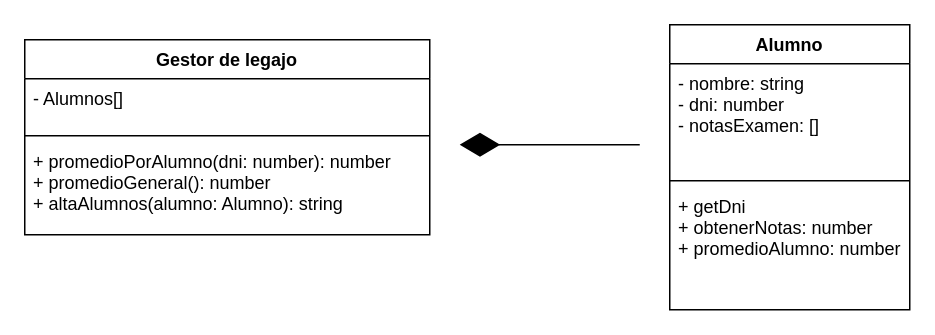
Earlier version of the draw.io diagram gestor-de-legajos/colegio.drawio (AyelenPorqueres/ejercicios-para-entregar-2docuatri). Source tidied: cells renumbered, new cells numbered last; positions are measured from the earlier drawing's top-left corner, leaving out a move shared by most shapes. Both pictures are drawn from the tidied source at 150%, with x=0, y=0 at pixel (24, 24).
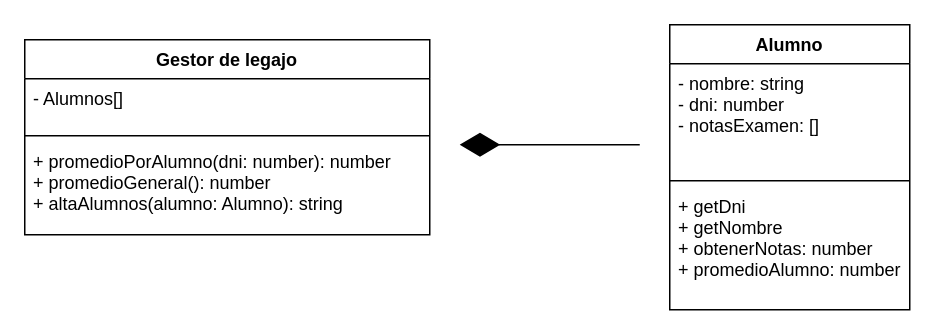
Above is the later version.

Change to the diagram source:
```diff
@@
 <mxGraphModel>
   <root>
     <mxCell id="0" />
     <mxCell id="1" parent="0" />
     <mxCell id="2" value="Gestor de legajo" style="swimlane;fontStyle=1;align=center;verticalAlign=top;horizontal=1;startSize=26;" parent="1" vertex="1">
       <mxGeometry y="10" width="270" height="130" as="geometry" />
     </mxCell>
     <mxCell id="3" value="- Alumnos[]&#10;" style="text;strokeColor=none;fillColor=none;align=left;verticalAlign=top;spacingLeft=4;spacingRight=4;overflow=hidden;" parent="2" vertex="1">
       <mxGeometry y="26" width="270" height="34" as="geometry" />
     </mxCell>
     <mxCell id="4" style="line;strokeWidth=1;fillColor=none;align=left;verticalAlign=middle;spacingTop=-1;spacingLeft=3;spacingRight=3;labelPosition=right;strokeColor=inherit;" parent="2" vertex="1">
       <mxGeometry y="60" width="270" height="8" as="geometry" />
     </mxCell>
     <mxCell id="5" value="+ promedioPorAlumno(dni: number): number&#10;+ promedioGeneral(): number&#10;+ altaAlumnos(alumno: Alumno): string&#10;&#10;" style="text;strokeColor=none;fillColor=none;align=left;verticalAlign=top;spacingLeft=4;spacingRight=4;overflow=hidden;" parent="2" vertex="1">
       <mxGeometry y="68" width="270" height="62" as="geometry" />
     </mxCell>
     <mxCell id="6" value="Alumno" style="swimlane;fontStyle=1;align=center;verticalAlign=top;horizontal=1;startSize=26;" parent="1" vertex="1">
       <mxGeometry x="430" width="160" height="190" as="geometry" />
     </mxCell>
     <mxCell id="7" value="- nombre: string&#10;- dni: number &#10;- notasExamen: [] " style="text;strokeColor=none;fillColor=none;align=left;verticalAlign=top;spacingLeft=4;spacingRight=4;overflow=hidden;" parent="6" vertex="1">
       <mxGeometry y="26" width="160" height="74" as="geometry" />
     </mxCell>
     <mxCell id="8" style="line;strokeWidth=1;fillColor=none;align=left;verticalAlign=middle;spacingTop=-1;spacingLeft=3;spacingRight=3;labelPosition=right;strokeColor=inherit;" parent="6" vertex="1">
       <mxGeometry y="100" width="160" height="8" as="geometry" />
     </mxCell>
-    <mxCell id="9" value="+ getDni&#10;+ obtenerNotas: number&#10;+ promedioAlumno: number" style="text;strokeColor=none;fillColor=none;align=left;verticalAlign=top;spacingLeft=4;spacingRight=4;overflow=hidden;" parent="6" vertex="1">
+    <mxCell id="9" value="+ getDni&#10;+ getNombre&#10;+ obtenerNotas: number&#10;+ promedioAlumno: number" style="text;strokeColor=none;fillColor=none;align=left;verticalAlign=top;spacingLeft=4;spacingRight=4;overflow=hidden;" parent="6" vertex="1">
       <mxGeometry y="108" width="160" height="82" as="geometry" />
     </mxCell>
     <mxCell id="10" style="endArrow=diamondThin;endFill=1;endSize=24;html=1;" parent="1" edge="1">
       <mxGeometry relative="1" as="geometry">
         <mxPoint x="410" y="80" as="sourcePoint" />
         <mxPoint x="290" y="80" as="targetPoint" />
       </mxGeometry>
     </mxCell>
   </root>
 </mxGraphModel>
```
